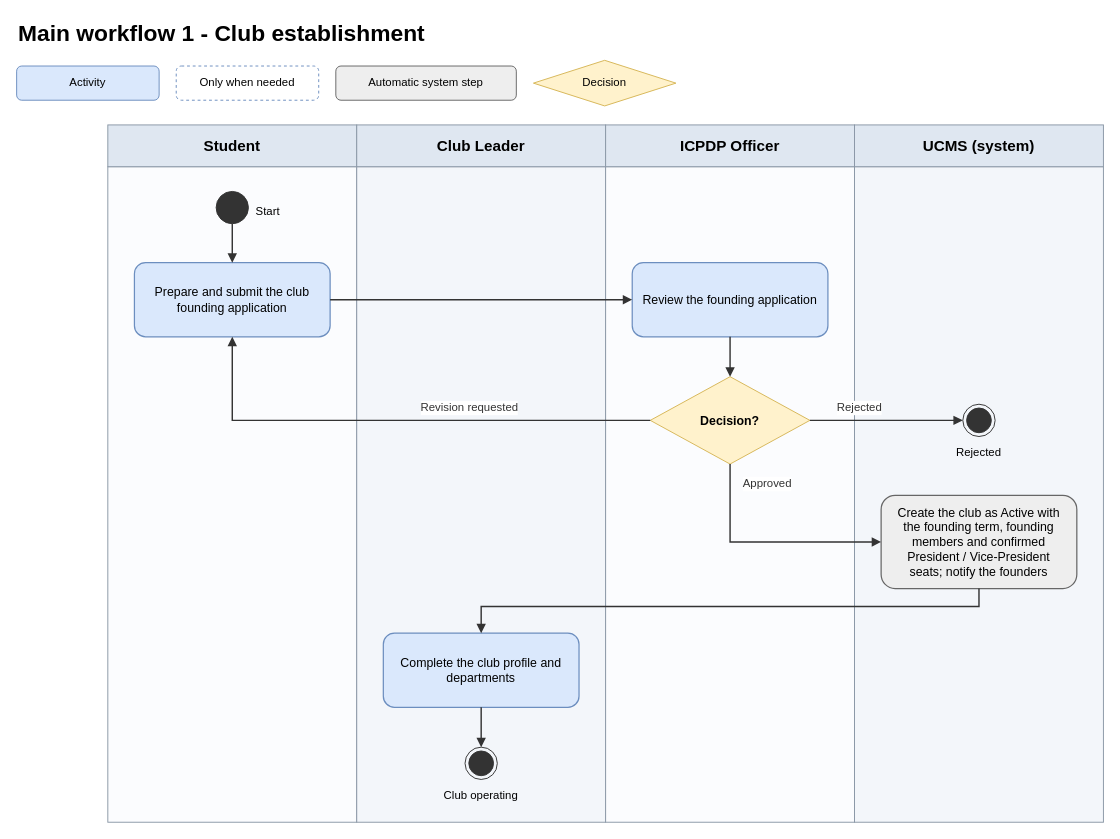
The draw.io diagram page "01 Club establishment" (1 of 7) of docs/03-diagrams/UCMS_Main_Workflow.drawio in nvdekay/ClubManagementSystem, before the edit. Source tidied: cells renumbered, new cells numbered last; positions are measured from the earlier drawing's top-left corner, leaving out a move shared by most shapes. Both pictures are drawn from the tidied source at 95%, with x=0, y=0 at pixel (16, 16).
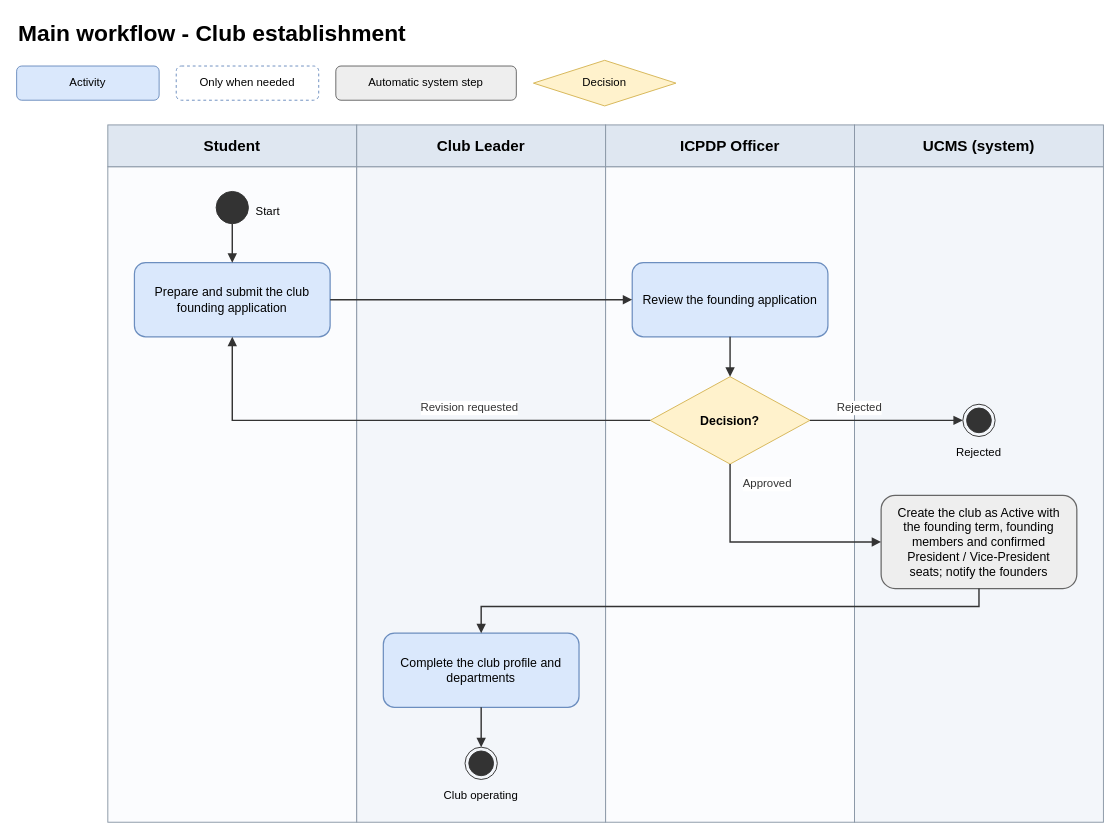
The same page after the edit.

Change to the diagram source:
```diff
@@
-    <mxCell id="2" value="Main workflow 1 - Club establishment" style="text;html=1;align=left;verticalAlign=middle;fontSize=24;fontStyle=1;" parent="1" vertex="1">
+    <mxCell id="2" value="Main workflow - Club establishment" style="text;html=1;align=left;verticalAlign=middle;fontSize=24;fontStyle=1;" parent="1" vertex="1">
       <mxGeometry width="1144" height="36" as="geometry" />
     </mxCell>
```
